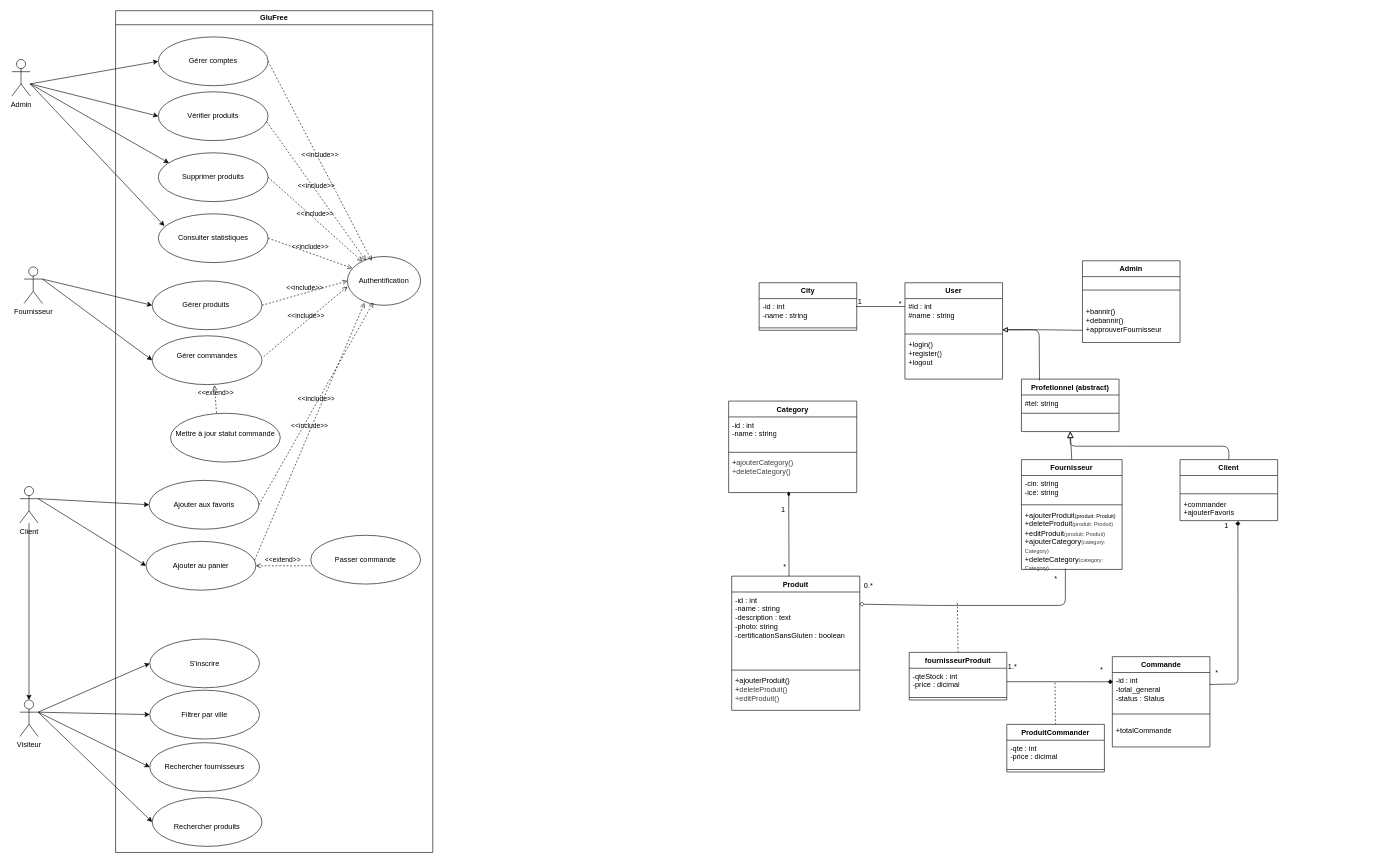
Before: uml.drawio in safaacht/GluFree, a draw.io diagram. Source tidied: cells renumbered, new cells numbered last; positions are measured from the earlier drawing's top-left corner, leaving out a move shared by most shapes. Both pictures are drawn from the tidied source at 61%, with x=0, y=0 at pixel (12, 10).
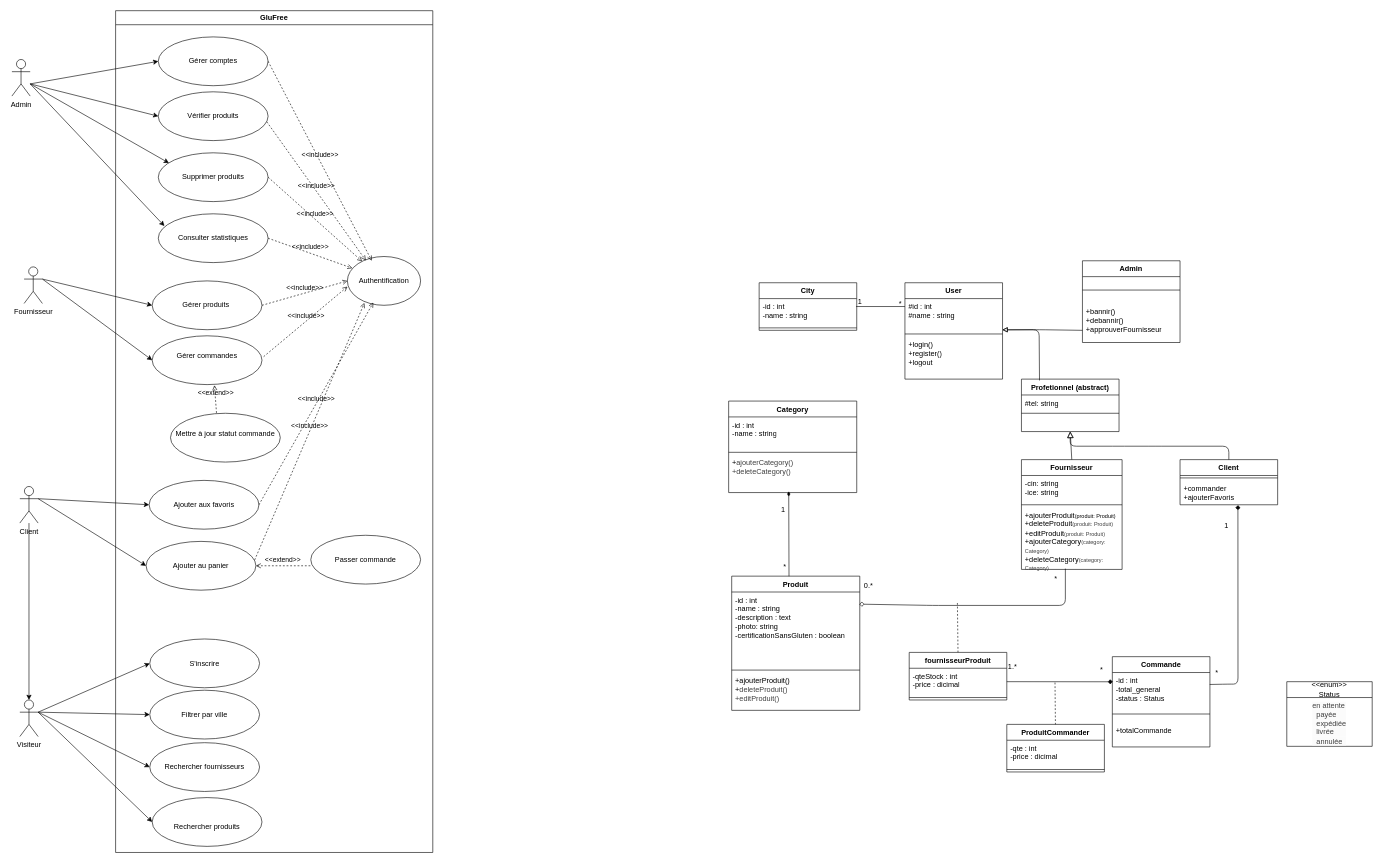
Above is the later version.

Commit message:
Update UML diagram by adding an enum table for Status

Diff of the diagram source:
```diff
@@
     <mxCell id="66" value="Client" style="swimlane;fontStyle=1;align=center;verticalAlign=top;horizontal=1;startSize=26;whiteSpace=wrap;html=1;" parent="1" vertex="1">
-      <mxGeometry x="1915" y="736" width="160" height="100" as="geometry" />
+      <mxGeometry x="1915" y="736" width="160" height="74" as="geometry" />
     </mxCell>
-    <mxCell id="67" value="&amp;nbsp;&amp;nbsp;" style="text;strokeColor=none;fillColor=none;align=left;verticalAlign=top;spacingLeft=4;spacingRight=4;overflow=hidden;whiteSpace=wrap;html=1;" parent="66" vertex="1">
-      <mxGeometry y="26" width="160" height="26" as="geometry" />
-    </mxCell>
     <mxCell id="68" style="line;strokeWidth=1;fillColor=none;align=left;verticalAlign=middle;spacingTop=-1;spacingLeft=3;spacingRight=3;labelPosition=right;strokeColor=inherit;" parent="66" vertex="1">
-      <mxGeometry y="52" width="160" height="8" as="geometry" />
+      <mxGeometry y="26" width="160" height="8" as="geometry" />
     </mxCell>
     <mxCell id="69" value="+commander&lt;div&gt;+ajouterFavoris&lt;/div&gt;" style="text;strokeColor=none;fillColor=none;align=left;verticalAlign=top;spacingLeft=4;spacingRight=4;overflow=hidden;points=[[0,0.5],[1,0.5]];portConstraint=eastwest;whiteSpace=wrap;html=1;" parent="66" vertex="1">
-      <mxGeometry y="60" width="160" height="40" as="geometry" />
+      <mxGeometry y="34" width="160" height="40" as="geometry" />
     </mxCell>
@@
+    <mxCell id="107" value="&amp;lt;&amp;lt;enum&amp;gt;&amp;gt;&lt;div&gt;Status&lt;/div&gt;" style="swimlane;fontStyle=0;horizontal=1;startSize=26;fillColor=none;whiteSpace=wrap;html=1;" parent="1" vertex="1">
+      <mxGeometry x="2090" y="1100" width="140" height="106" as="geometry" />
+    </mxCell>
+    <mxCell id="108" value="&lt;div style=&quot;forced-color-adjust: none; color: rgb(63, 63, 63); scrollbar-color: rgb(226, 226, 226) rgb(251, 251, 251); font-family: Helvetica; font-size: 12px; font-style: normal; font-variant-ligatures: normal; font-variant-caps: normal; font-weight: 400; letter-spacing: normal; orphans: 2; text-align: left; text-indent: 0px; text-transform: none; widows: 2; word-spacing: 0px; -webkit-text-stroke-width: 0px; white-space: normal; background-color: rgb(251, 251, 251); text-decoration-thickness: initial; text-decoration-style: initial; text-decoration-color: initial;&quot;&gt;&lt;font style=&quot;forced-color-adjust: none; color: rgb(63, 63, 63); scrollbar-color: rgb(226, 226, 226) rgb(251, 251, 251);&quot; color=&quot;#000000&quot;&gt;en attente&lt;/font&gt;&lt;/div&gt;&lt;div style=&quot;forced-color-adjust: none; color: rgb(63, 63, 63); scrollbar-color: rgb(226, 226, 226) rgb(251, 251, 251); font-family: Helvetica; font-size: 12px; font-style: normal; font-variant-ligatures: normal; font-variant-caps: normal; font-weight: 400; letter-spacing: normal; orphans: 2; text-align: left; text-indent: 0px; text-transform: none; widows: 2; word-spacing: 0px; -webkit-text-stroke-width: 0px; white-space: normal; background-color: rgb(251, 251, 251); text-decoration-thickness: initial; text-decoration-style: initial; text-decoration-color: initial;&quot;&gt;&lt;font style=&quot;forced-color-adjust: none; color: rgb(63, 63, 63); scrollbar-color: rgb(226, 226, 226) rgb(251, 251, 251);&quot; color=&quot;#000000&quot;&gt;&amp;nbsp; payée&lt;/font&gt;&lt;/div&gt;&lt;div style=&quot;forced-color-adjust: none; color: rgb(63, 63, 63); scrollbar-color: rgb(226, 226, 226) rgb(251, 251, 251); font-family: Helvetica; font-size: 12px; font-style: normal; font-variant-ligatures: normal; font-variant-caps: normal; font-weight: 400; letter-spacing: normal; orphans: 2; text-align: left; text-indent: 0px; text-transform: none; widows: 2; word-spacing: 0px; -webkit-text-stroke-width: 0px; white-space: normal; background-color: rgb(251, 251, 251); text-decoration-thickness: initial; text-decoration-style: initial; text-decoration-color: initial;&quot;&gt;&lt;font style=&quot;forced-color-adjust: none; color: rgb(63, 63, 63); scrollbar-color: rgb(226, 226, 226) rgb(251, 251, 251);&quot; color=&quot;#000000&quot;&gt;&amp;nbsp; expédiée&lt;/font&gt;&lt;/div&gt;&lt;div style=&quot;forced-color-adjust: none; color: rgb(63, 63, 63); scrollbar-color: rgb(226, 226, 226) rgb(251, 251, 251); font-family: Helvetica; font-size: 12px; font-style: normal; font-variant-ligatures: normal; font-variant-caps: normal; font-weight: 400; letter-spacing: normal; orphans: 2; text-align: left; text-indent: 0px; text-transform: none; widows: 2; word-spacing: 0px; -webkit-text-stroke-width: 0px; white-space: normal; background-color: rgb(251, 251, 251); text-decoration-thickness: initial; text-decoration-style: initial; text-decoration-color: initial;&quot;&gt;&lt;font style=&quot;forced-color-adjust: none; color: rgb(63, 63, 63); scrollbar-color: rgb(226, 226, 226) rgb(251, 251, 251);&quot; color=&quot;#000000&quot;&gt;&amp;nbsp; livrée&lt;/font&gt;&lt;/div&gt;&lt;div style=&quot;forced-color-adjust: none; color: rgb(63, 63, 63); scrollbar-color: rgb(226, 226, 226) rgb(251, 251, 251); font-family: Helvetica; font-size: 12px; font-style: normal; font-variant-ligatures: normal; font-variant-caps: normal; font-weight: 400; letter-spacing: normal; orphans: 2; text-align: left; text-indent: 0px; text-transform: none; widows: 2; word-spacing: 0px; -webkit-text-stroke-width: 0px; white-space: normal; background-color: rgb(251, 251, 251); text-decoration-thickness: initial; text-decoration-style: initial; text-decoration-color: initial;&quot;&gt;&lt;font style=&quot;forced-color-adjust: none; color: rgb(63, 63, 63); scrollbar-color: rgb(226, 226, 226) rgb(251, 251, 251);&quot; color=&quot;#000000&quot;&gt;&amp;nbsp; annulée&lt;/font&gt;&lt;/div&gt;&lt;div&gt;&lt;br/&gt;&lt;/div&gt;" style="text;strokeColor=none;fillColor=none;align=center;verticalAlign=top;spacingLeft=4;spacingRight=4;overflow=hidden;whiteSpace=wrap;html=1;" parent="107" vertex="1">
+      <mxGeometry y="26" width="140" height="80" as="geometry" />
+    </mxCell>
```
